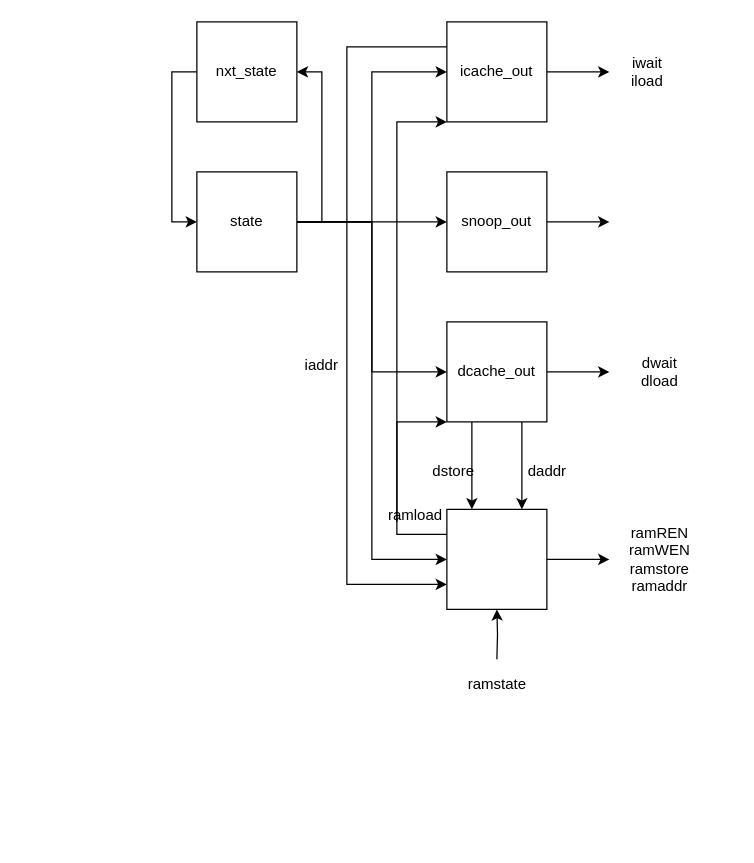
The draw.io diagram page "Page-4" (4 of 4) of multi.drawio in dsrasheed/ece437, before the edit. Source tidied: cells renumbered, new cells numbered last; positions are measured from the earlier drawing's top-left corner, leaving out a move shared by most shapes. Both pictures are drawn from the tidied source at 125%, with x=0, y=0 at pixel (196, 21).
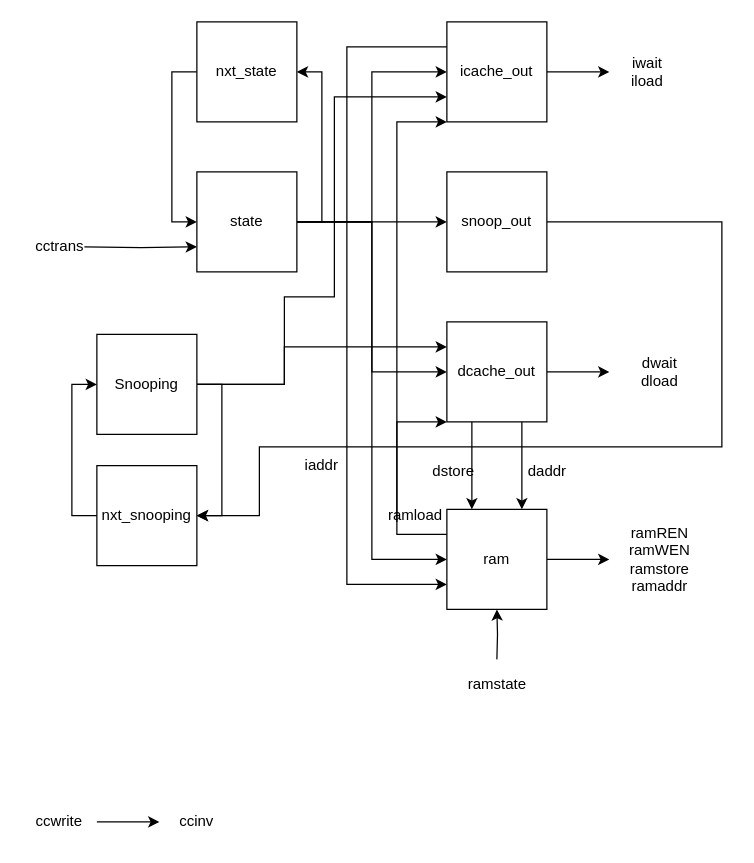
Above is the later version.

The change refers to these unchanged cells:
```xml
<mxCell id="7" value="state" style="whiteSpace=wrap;html=1;" parent="1" vertex="1">
  <mxGeometry y="120" width="80" height="80" as="geometry" />
</mxCell>
<mxCell id="13" value="icache_out" style="whiteSpace=wrap;html=1;" parent="1" vertex="1">
  <mxGeometry x="200" width="80" height="80" as="geometry" />
</mxCell>
<mxCell id="18" value="dcache_out" style="whiteSpace=wrap;html=1;" parent="1" vertex="1">
  <mxGeometry x="200" y="240" width="80" height="80" as="geometry" />
</mxCell>
<mxCell id="20" value="snoop_out" style="whiteSpace=wrap;html=1;" parent="1" vertex="1">
  <mxGeometry x="200" y="120" width="80" height="80" as="geometry" />
</mxCell>
```

The edit, as a diff of the source:
```diff
@@
+    <mxCell id="32" style="edgeStyle=orthogonalEdgeStyle;rounded=0;jettySize=auto;html=1;exitX=0;exitY=0.75;exitDx=0;exitDy=0;entryX=0;entryY=0.75;entryDx=0;entryDy=0;" parent="1" edge="1" target="7">
+      <mxGeometry relative="1" as="geometry">
+        <mxPoint x="-90" y="180" as="sourcePoint" />
+      </mxGeometry>
+    </mxCell>
@@
-    <mxCell id="19" style="edgeStyle=orthogonalEdgeStyle;rounded=0;jettySize=auto;html=1;exitX=1;exitY=0.5;exitDx=0;exitDy=0;" parent="1" edge="1" source="20">
+    <mxCell id="19" style="edgeStyle=orthogonalEdgeStyle;rounded=0;jettySize=auto;html=1;exitX=1;exitY=0.5;exitDx=0;exitDy=0;entryX=1;entryY=0.5;entryDx=0;entryDy=0;" parent="1" edge="1" source="20" target="38">
       <mxGeometry relative="1" as="geometry">
-        <mxPoint x="330" y="160" as="targetPoint" />
+        <Array as="points">
+          <mxPoint x="420" y="160" />
+          <mxPoint x="420" y="340" />
+          <mxPoint x="50" y="340" />
+          <mxPoint x="50" y="395" />
+        </Array>
       </mxGeometry>
     </mxCell>
@@
-    <mxCell id="24" style="whiteSpace=wrap;html=1;" parent="1" vertex="1">
+    <mxCell id="24" value="ram" style="whiteSpace=wrap;html=1;" parent="1" vertex="1">
       <mxGeometry x="200" y="390" width="80" height="80" as="geometry" />
     </mxCell>
@@
     <mxCell id="30" value="iaddr" style="text;html=1;strokeColor=none;fillColor=none;align=center;verticalAlign=middle;whiteSpace=wrap;rounded=0;" parent="1" vertex="1">
-      <mxGeometry x="70" y="260" width="60" height="30" as="geometry" />
+      <mxGeometry x="70" y="340" width="60" height="30" as="geometry" />
     </mxCell>
@@
+    <mxCell id="33" style="edgeStyle=orthogonalEdgeStyle;rounded=0;jettySize=auto;html=1;exitX=1;exitY=0.5;exitDx=0;exitDy=0;entryX=1;entryY=0.5;entryDx=0;entryDy=0;" parent="1" edge="1" source="36" target="38">
+      <mxGeometry relative="1" as="geometry" />
+    </mxCell>
+    <mxCell id="34" style="edgeStyle=orthogonalEdgeStyle;rounded=0;jettySize=auto;html=1;exitX=1;exitY=0.5;exitDx=0;exitDy=0;entryX=0;entryY=0.25;entryDx=0;entryDy=0;" parent="1" edge="1" source="36" target="18">
+      <mxGeometry relative="1" as="geometry">
+        <Array as="points">
+          <mxPoint x="70" y="290" />
+          <mxPoint x="70" y="260" />
+        </Array>
+      </mxGeometry>
+    </mxCell>
+    <mxCell id="35" style="edgeStyle=orthogonalEdgeStyle;rounded=0;jettySize=auto;html=1;exitX=1;exitY=0.5;exitDx=0;exitDy=0;entryX=0;entryY=0.75;entryDx=0;entryDy=0;" parent="1" edge="1" source="36" target="13">
+      <mxGeometry relative="1" as="geometry">
+        <Array as="points">
+          <mxPoint x="70" y="290" />
+          <mxPoint x="70" y="220" />
+          <mxPoint x="110" y="220" />
+          <mxPoint x="110" y="60" />
+        </Array>
+      </mxGeometry>
+    </mxCell>
+    <mxCell id="36" value="Snooping" style="whiteSpace=wrap;html=1;" parent="1" vertex="1">
+      <mxGeometry x="-80" y="250" width="80" height="80" as="geometry" />
+    </mxCell>
+    <mxCell id="37" style="edgeStyle=orthogonalEdgeStyle;rounded=0;jettySize=auto;html=1;exitX=0;exitY=0.5;exitDx=0;exitDy=0;entryX=0;entryY=0.5;entryDx=0;entryDy=0;" parent="1" edge="1" source="38" target="36">
+      <mxGeometry relative="1" as="geometry" />
+    </mxCell>
+    <mxCell id="38" value="nxt_snooping" style="whiteSpace=wrap;html=1;" parent="1" vertex="1">
+      <mxGeometry x="-80" y="355" width="80" height="80" as="geometry" />
+    </mxCell>
+    <mxCell id="39" value="cctrans" style="text;html=1;align=center;verticalAlign=middle;strokeColor=none;fillColor=none;" parent="1" vertex="1">
+      <mxGeometry x="-135" y="170" width="50" height="20" as="geometry" />
+    </mxCell>
+    <mxCell id="40" style="endArrow=classic;html=1;rounded=0;" parent="1" edge="1" target="41">
+      <mxGeometry relative="1" as="geometry">
+        <mxPoint x="-80" y="640" as="sourcePoint" />
+      </mxGeometry>
+    </mxCell>
+    <mxCell id="41" value="ccinv" style="text;html=1;strokeColor=none;fillColor=none;align=center;verticalAlign=middle;whiteSpace=wrap;rounded=0;" parent="1" vertex="1">
+      <mxGeometry x="-30" y="625" width="60" height="30" as="geometry" />
+    </mxCell>
+    <mxCell id="42" value="ccwrite" style="text;html=1;strokeColor=none;fillColor=none;align=center;verticalAlign=middle;whiteSpace=wrap;rounded=0;" parent="1" vertex="1">
+      <mxGeometry x="-140" y="625" width="60" height="30" as="geometry" />
+    </mxCell>
```
